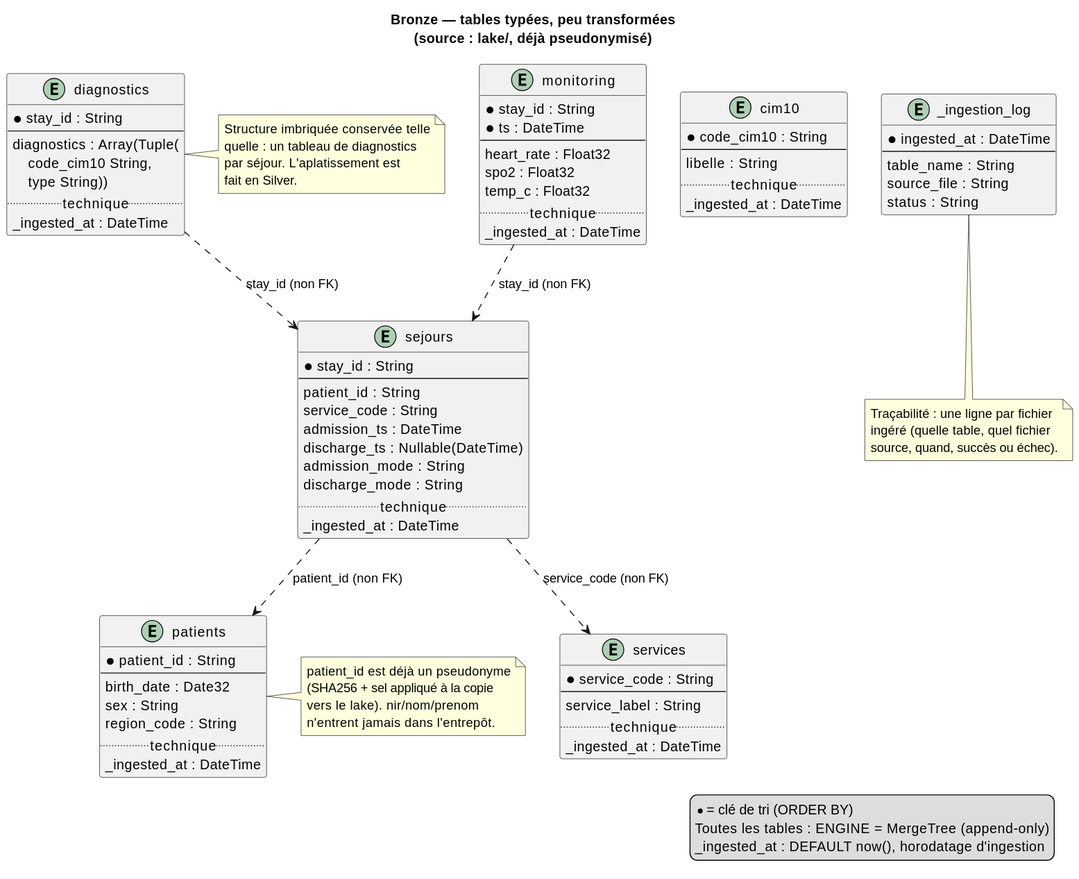
Before: diagrams/bronze.svg, a diagram exported from PlantUML (Shinobyy/M2-BigData). Source of this version:
```plantuml
@startuml
title Bronze — tables typées, peu transformées\n(source : lake/, déjà pseudonymisé)

legend right
  * = clé de tri (ORDER BY)
  Toutes les tables : ENGINE = MergeTree (append-only)
  _ingested_at : DEFAULT now(), horodatage d'ingestion
end legend

entity patients {
  * patient_id : String
  --
  birth_date : Date32
  sex : String
  region_code : String
  .. technique ..
  _ingested_at : DateTime
}

entity sejours {
  * stay_id : String
  --
  patient_id : String
  service_code : String
  admission_ts : DateTime
  discharge_ts : Nullable(DateTime)
  admission_mode : String
  discharge_mode : String
  .. technique ..
  _ingested_at : DateTime
}

entity diagnostics {
  * stay_id : String
  --
  diagnostics : Array(Tuple(\n    code_cim10 String,\n    type String))
  .. technique ..
  _ingested_at : DateTime
}

entity monitoring {
  * stay_id : String
  * ts : DateTime
  --
  heart_rate : Float32
  spo2 : Float32
  temp_c : Float32
  .. technique ..
  _ingested_at : DateTime
}

entity services {
  * service_code : String
  --
  service_label : String
  .. technique ..
  _ingested_at : DateTime
}

entity cim10 {
  * code_cim10 : String
  --
  libelle : String
  .. technique ..
  _ingested_at : DateTime
}

entity _ingestion_log {
  * ingested_at : DateTime
  --
  table_name : String
  source_file : String
  status : String
}

sejours ..> patients : patient_id (non FK)
sejours ..> services : service_code (non FK)
diagnostics ..> sejours : stay_id (non FK)
monitoring ..> sejours : stay_id (non FK)

note right of patients
  patient_id est déjà un pseudonyme
  (SHA256 + sel appliqué à la copie
  vers le lake). nir/nom/prenom
  n'entrent jamais dans l'entrepôt.
end note

note right of diagnostics
  Structure imbriquée conservée telle
  quelle : un tableau de diagnostics
  par séjour. L'aplatissement est
  fait en Silver.
end note

note bottom of _ingestion_log
  Traçabilité : une ligne par fichier
  ingéré (quelle table, quel fichier
  source, quand, succès ou échec).
end note
@enduml
```
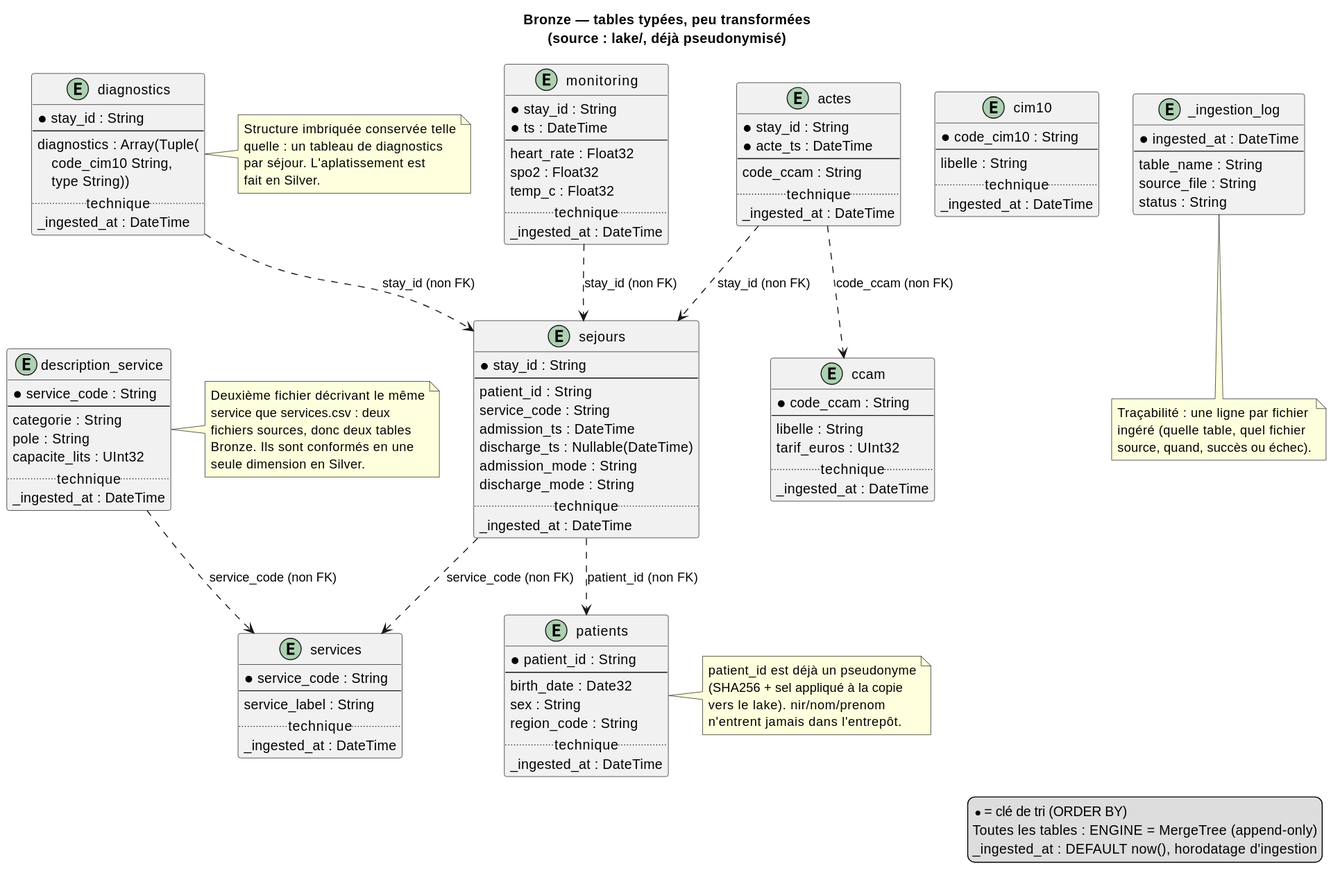
Above is the later version.

Change to the diagram source:
```diff
@@ -65,6 +65,34 @@
   _ingested_at : DateTime
 }
 
+entity description_service {
+  * service_code : String
+  --
+  categorie : String
+  pole : String
+  capacite_lits : UInt32
+  .. technique ..
+  _ingested_at : DateTime
+}
+
+entity ccam {
+  * code_ccam : String
+  --
+  libelle : String
+  tarif_euros : UInt32
+  .. technique ..
+  _ingested_at : DateTime
+}
+
+entity actes {
+  * stay_id : String
+  * acte_ts : DateTime
+  --
+  code_ccam : String
+  .. technique ..
+  _ingested_at : DateTime
+}
+
 entity _ingestion_log {
   * ingested_at : DateTime
   --
@@ -77,6 +105,9 @@
 sejours ..> services : service_code (non FK)
 diagnostics ..> sejours : stay_id (non FK)
 monitoring ..> sejours : stay_id (non FK)
+actes ..> sejours : stay_id (non FK)
+actes ..> ccam : code_ccam (non FK)
+description_service ..> services : service_code (non FK)
 
 note right of patients
   patient_id est déjà un pseudonyme
@@ -92,6 +123,14 @@
   fait en Silver.
 end note
 
+note right of description_service
+  Deuxième fichier décrivant le même
+  service que services.csv : deux
+  fichiers sources, donc deux tables
+  Bronze. Ils sont conformés en une
+  seule dimension en Silver.
+end note
+
 note bottom of _ingestion_log
   Traçabilité : une ligne par fichier
   ingéré (quelle table, quel fichier
```
